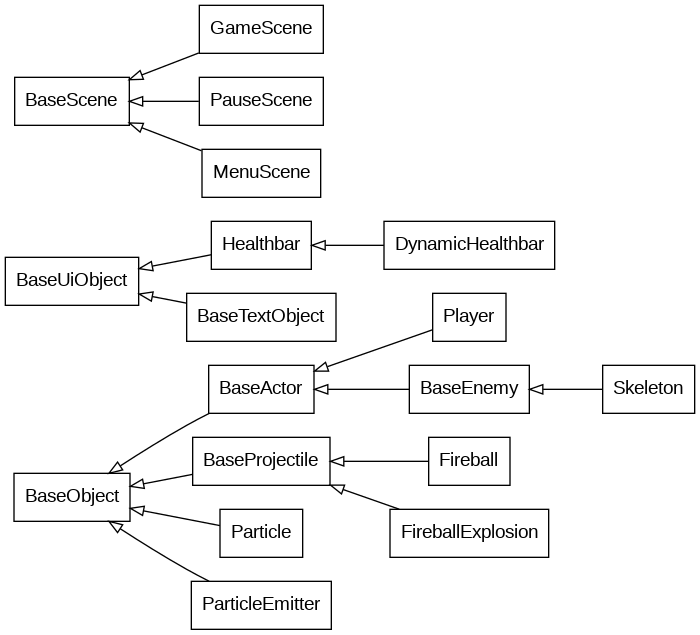
Above: inheritance.gv.png in lachfoy/2dgameABANDONED (Graphviz), before the change. Its source is kept beside it as inheritance.gv.
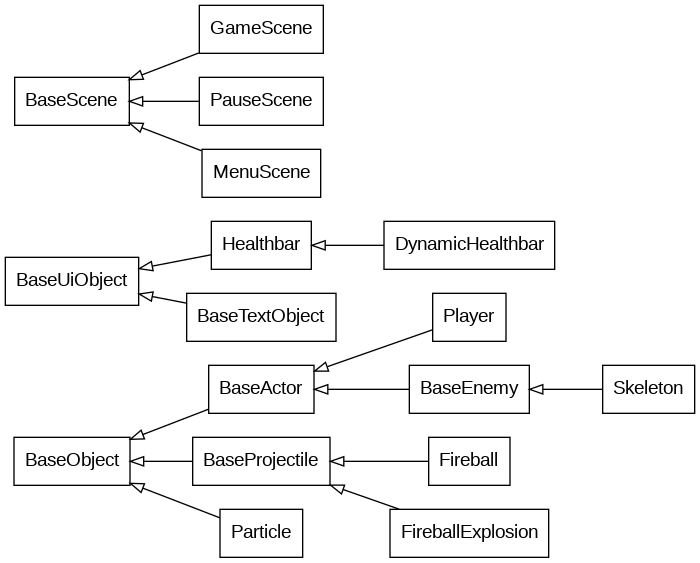
Above is the later version.

Commit message:
ParticleEmitter is no longer an object, but instead can be a child to an object

What changed in the source:
```diff
@@ -4,7 +4,7 @@
     edge [dir=back arrowtail=empty]
 
     subgraph objects {
-        BaseObject->{BaseActor, BaseProjectile, Particle, ParticleEmitter}
+        BaseObject->{BaseActor, BaseProjectile, Particle}
         BaseActor->{Player, BaseEnemy}
         BaseProjectile->{Fireball, FireballExplosion}
         BaseEnemy->Skeleton
```
